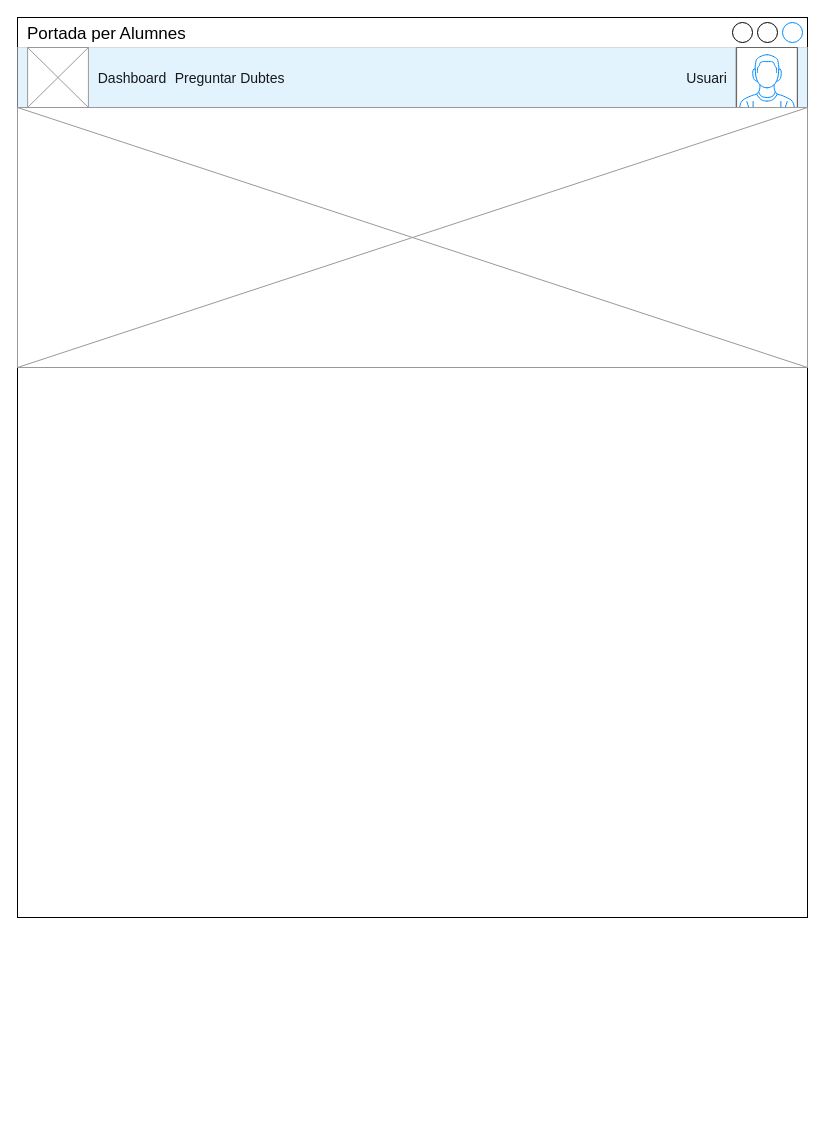
Earlier version of the draw.io diagram Diagrames/wireframes/portada-alumnes.drawio (Projecte4-Webs-al-punt/Projecte4-Gestor-de-Torns-Professors). Source tidied: cells renumbered, new cells numbered last; positions are measured from the earlier drawing's top-left corner, leaving out a move shared by most shapes. Both pictures are drawn from the tidied source at 100%, with x=0, y=0 at pixel (17, 17).
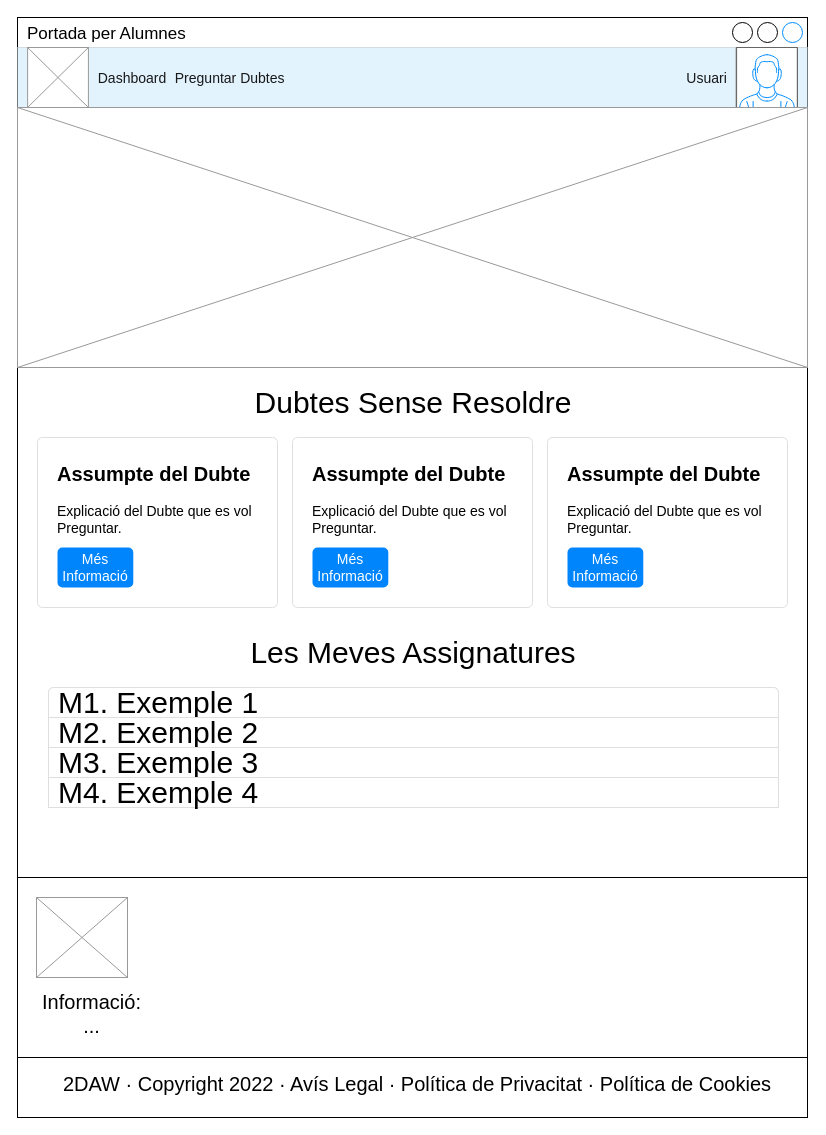
After the change.

Commit message (it also covers changes not shown here):
wireframe login

Diff of the diagram source:
```diff
@@
     <mxCell id="2" value="Portada per Alumnes" style="strokeWidth=1;shadow=0;dashed=0;align=center;html=1;shape=mxgraph.mockup.containers.window;align=left;verticalAlign=top;spacingLeft=8;strokeColor2=#008cff;strokeColor3=#c4c4c4;mainText=;fontSize=17;labelBackgroundColor=none;" parent="1" vertex="1">
-      <mxGeometry width="790" height="900" as="geometry" />
+      <mxGeometry width="790" height="1100" as="geometry" />
     </mxCell>
@@
+    <mxCell id="10" style="rounded=0;whiteSpace=wrap;html=1;fontSize=30;" parent="1" vertex="1">
+      <mxGeometry y="860" width="790" height="240" as="geometry" />
+    </mxCell>
+    <mxCell id="11" style="verticalLabelPosition=bottom;shadow=0;dashed=0;align=center;html=1;verticalAlign=top;strokeWidth=1;shape=mxgraph.mockup.graphics.simpleIcon;strokeColor=#999999;" parent="1" vertex="1">
+      <mxGeometry x="19" y="880" width="91" height="80" as="geometry" />
+    </mxCell>
+    <mxCell id="12" value="Informació:&#10;..." style="fontSize=20;align=center;strokeColor=none;" parent="1" vertex="1">
+      <mxGeometry x="19" y="970" width="111" height="50" as="geometry" />
+    </mxCell>
+    <mxCell id="13" value="2DAW · Copyright 2022 · Avís Legal · Política de Privacitat · Política de Cookies" style="fontSize=20;align=center;strokeColor=none;" parent="1" vertex="1">
+      <mxGeometry x="60" y="1040" width="680" height="50" as="geometry" />
+    </mxCell>
+    <mxCell id="14" style="endArrow=none;html=1;fontSize=20;exitX=0;exitY=0.75;exitDx=0;exitDy=0;entryX=1;entryY=0.75;entryDx=0;entryDy=0;" parent="1" edge="1" source="10" target="10">
+      <mxGeometry relative="1" as="geometry" />
+    </mxCell>
+    <mxCell id="15" value="&lt;span style=&quot;font-size: 30px&quot;&gt;Dubtes Sense Resoldre&lt;/span&gt;" style="text;html=1;strokeColor=none;fillColor=none;align=center;verticalAlign=middle;whiteSpace=wrap;rounded=0;" parent="1" vertex="1">
+      <mxGeometry x="211" y="370" width="370" height="30" as="geometry" />
+    </mxCell>
+    <mxCell id="16" value="&lt;b&gt;&lt;font style=&quot;font-size: 20px&quot;&gt;Assumpte del Dubte&lt;/font&gt;&lt;/b&gt;&lt;br style=&quot;font-size: 14px&quot;&gt;&lt;br&gt;Explicació del Dubte que es vol Preguntar." style="html=1;shadow=0;dashed=0;shape=mxgraph.bootstrap.rrect;rSize=5;strokeColor=#DFDFDF;html=1;whiteSpace=wrap;fillColor=#FFFFFF;fontColor=#000000;align=left;verticalAlign=top;spacing=20;fontSize=14;" parent="1" vertex="1">
+      <mxGeometry x="20" y="420" width="240" height="170" as="geometry" />
+    </mxCell>
+    <mxCell id="17" value="Més Informació" style="html=1;shadow=0;dashed=0;shape=mxgraph.bootstrap.rrect;rSize=5;perimeter=none;whiteSpace=wrap;fillColor=#0085FC;strokeColor=none;fontColor=#ffffff;fontSize=14;" parent="16" vertex="1">
+      <mxGeometry y="1" width="75.79" height="40" relative="1" as="geometry">
+        <mxPoint x="20" y="-60" as="offset" />
+      </mxGeometry>
+    </mxCell>
+    <mxCell id="18" value="&lt;b&gt;&lt;font style=&quot;font-size: 20px&quot;&gt;Assumpte del Dubte&lt;/font&gt;&lt;/b&gt;&lt;br style=&quot;font-size: 14px&quot;&gt;&lt;br&gt;Explicació del Dubte que es vol Preguntar." style="html=1;shadow=0;dashed=0;shape=mxgraph.bootstrap.rrect;rSize=5;strokeColor=#DFDFDF;html=1;whiteSpace=wrap;fillColor=#FFFFFF;fontColor=#000000;align=left;verticalAlign=top;spacing=20;fontSize=14;" parent="1" vertex="1">
+      <mxGeometry x="275" y="420" width="240" height="170" as="geometry" />
+    </mxCell>
+    <mxCell id="19" value="Més Informació" style="html=1;shadow=0;dashed=0;shape=mxgraph.bootstrap.rrect;rSize=5;perimeter=none;whiteSpace=wrap;fillColor=#0085FC;strokeColor=none;fontColor=#ffffff;fontSize=14;" parent="18" vertex="1">
+      <mxGeometry y="1" width="75.79" height="40" relative="1" as="geometry">
+        <mxPoint x="20" y="-60" as="offset" />
+      </mxGeometry>
+    </mxCell>
+    <mxCell id="20" value="&lt;b&gt;&lt;font style=&quot;font-size: 20px&quot;&gt;Assumpte del Dubte&lt;/font&gt;&lt;/b&gt;&lt;br style=&quot;font-size: 14px&quot;&gt;&lt;br&gt;Explicació del Dubte que es vol Preguntar." style="html=1;shadow=0;dashed=0;shape=mxgraph.bootstrap.rrect;rSize=5;strokeColor=#DFDFDF;html=1;whiteSpace=wrap;fillColor=#FFFFFF;fontColor=#000000;align=left;verticalAlign=top;spacing=20;fontSize=14;" parent="1" vertex="1">
+      <mxGeometry x="530" y="420" width="240" height="170" as="geometry" />
+    </mxCell>
+    <mxCell id="21" value="Més Informació" style="html=1;shadow=0;dashed=0;shape=mxgraph.bootstrap.rrect;rSize=5;perimeter=none;whiteSpace=wrap;fillColor=#0085FC;strokeColor=none;fontColor=#ffffff;fontSize=14;" parent="20" vertex="1">
+      <mxGeometry y="1" width="75.79" height="40" relative="1" as="geometry">
+        <mxPoint x="20" y="-60" as="offset" />
+      </mxGeometry>
+    </mxCell>
+    <mxCell id="22" value="&lt;span style=&quot;font-size: 30px&quot;&gt;Les Meves Assignatures&lt;/span&gt;" style="text;html=1;strokeColor=none;fillColor=none;align=center;verticalAlign=middle;whiteSpace=wrap;rounded=0;" parent="1" vertex="1">
+      <mxGeometry x="211" y="620" width="370" height="30" as="geometry" />
+    </mxCell>
+    <mxCell id="23" style="html=1;shadow=0;dashed=0;shape=mxgraph.bootstrap.rrect;rSize=5;strokeColor=#DFDFDF;html=1;whiteSpace=wrap;fillColor=#FFFFFF;fontColor=#000000;fontSize=30;" parent="1" vertex="1">
+      <mxGeometry x="31" y="670" width="730" height="120" as="geometry" />
+    </mxCell>
+    <mxCell id="24" value="M1. Exemple 1" style="strokeColor=inherit;fillColor=inherit;gradientColor=inherit;fontColor=inherit;html=1;shadow=0;dashed=0;shape=mxgraph.bootstrap.topButton;rSize=5;perimeter=none;whiteSpace=wrap;align=left;spacing=10;fontSize=30;" parent="23" vertex="1">
+      <mxGeometry width="730" height="30" relative="1" as="geometry" />
+    </mxCell>
+    <mxCell id="25" value="M2. Exemple 2" style="strokeColor=inherit;fillColor=inherit;gradientColor=inherit;fontColor=inherit;html=1;shadow=0;dashed=0;perimeter=none;whiteSpace=wrap;align=left;spacing=10;fontSize=30;" parent="23" vertex="1">
+      <mxGeometry width="730" height="30" relative="1" as="geometry">
+        <mxPoint y="30" as="offset" />
+      </mxGeometry>
+    </mxCell>
+    <mxCell id="26" value="M3. Exemple 3" style="strokeColor=inherit;fillColor=inherit;gradientColor=inherit;fontColor=inherit;html=1;shadow=0;dashed=0;perimeter=none;whiteSpace=wrap;align=left;spacing=10;fontSize=30;" parent="23" vertex="1">
+      <mxGeometry width="730" height="30" relative="1" as="geometry">
+        <mxPoint y="60" as="offset" />
+      </mxGeometry>
+    </mxCell>
+    <mxCell id="27" value="M4. Exemple 4" style="strokeColor=inherit;fillColor=inherit;gradientColor=inherit;fontColor=inherit;html=1;shadow=0;dashed=0;perimeter=none;whiteSpace=wrap;align=left;spacing=10;fontSize=30;" parent="23" vertex="1">
+      <mxGeometry width="730" height="30" relative="1" as="geometry">
+        <mxPoint y="90" as="offset" />
+      </mxGeometry>
+    </mxCell>
```
